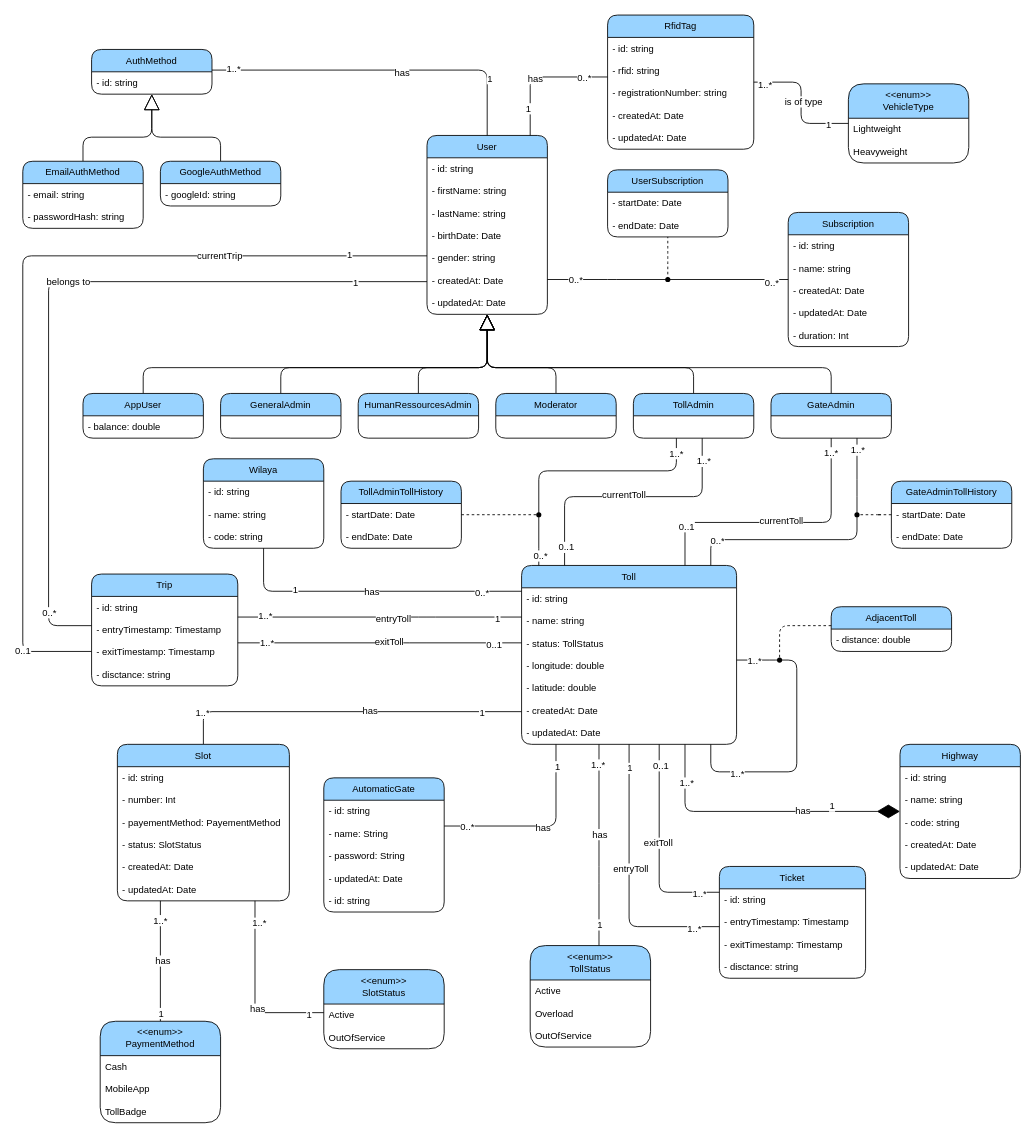
Earlier version of the draw.io diagram page "class diagram" (4 of 6) of diagrams/PeagePay.drawio (devlotfi/peage-pay). Source tidied: cells renumbered, new cells numbered last; positions are measured from the earlier drawing's top-left corner, leaving out a move shared by most shapes. Both pictures are drawn from the tidied source at 86%, with x=0, y=0 at pixel (22, 15).
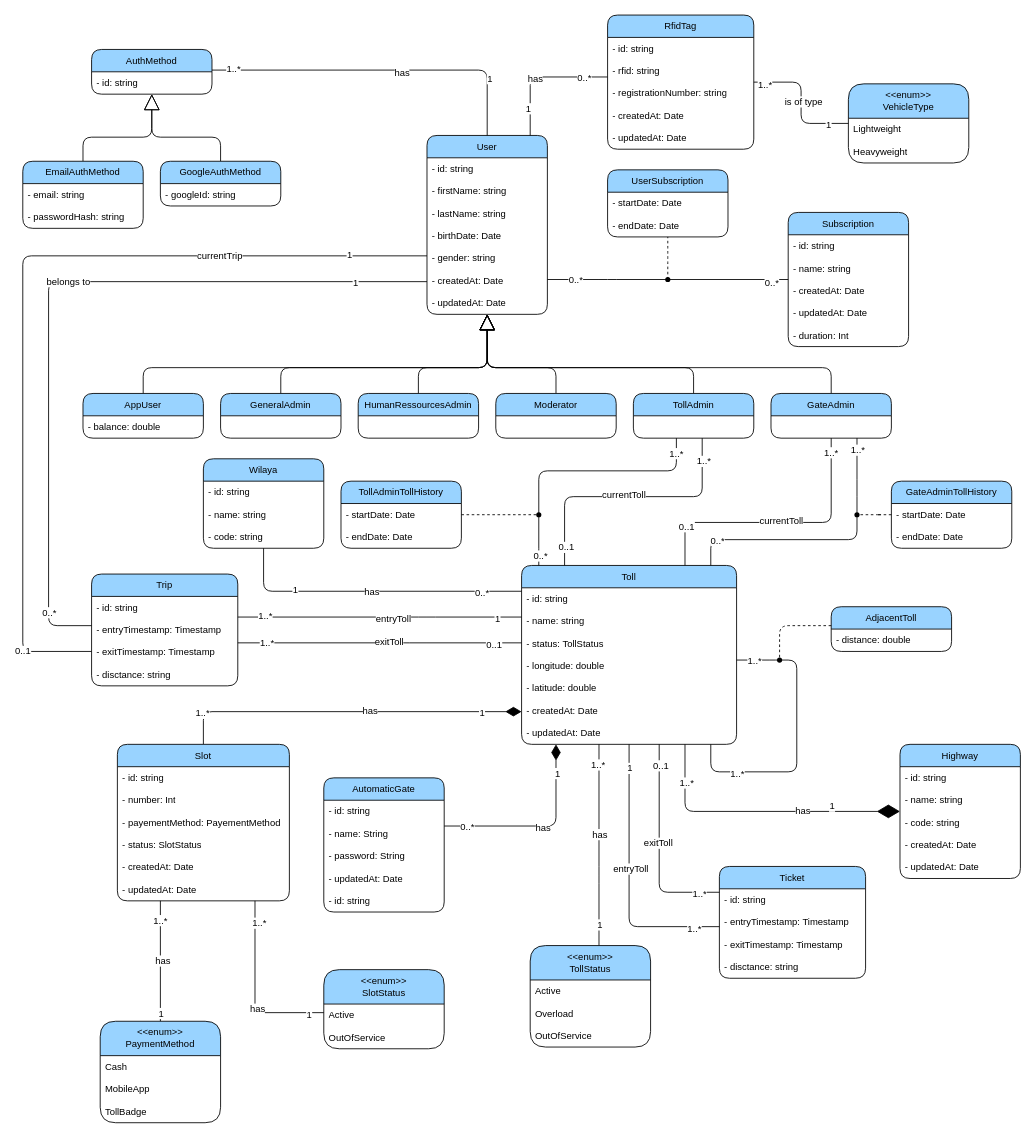
The same page after the edit.

The change refers to these unchanged cells:
```xml
<mxCell id="8" value="Toll" style="swimlane;fontStyle=0;horizontal=1;startSize=26;fillColor=#99D3FF;whiteSpace=wrap;html=1;fontFamily=Helvetica;fontSize=11;fontColor=default;fillStyle=auto;rounded=1;glass=0;shadow=0;swimlaneFillColor=none;gradientColor=none;" parent="1" vertex="1">
  <mxGeometry x="580" y="640" width="250" height="208" as="geometry" />
</mxCell>
<mxCell id="161" value="Slot" style="swimlane;fontStyle=0;horizontal=1;startSize=26;whiteSpace=wrap;html=1;fontFamily=Helvetica;fontSize=11;fillColor=#99D3FF;fillStyle=auto;rounded=1;glass=0;shadow=0;swimlaneFillColor=none;gradientColor=none;fontColor=default;" parent="1" vertex="1">
  <mxGeometry x="110" y="848" width="200" height="182" as="geometry" />
</mxCell>
<mxCell id="187" value="AutomaticGate" style="swimlane;fontStyle=0;horizontal=1;startSize=26;fillColor=#99D3FF;whiteSpace=wrap;html=1;fontFamily=Helvetica;fontSize=11;fontColor=default;fillStyle=auto;rounded=1;glass=0;shadow=0;swimlaneFillColor=none;gradientColor=none;" parent="1" vertex="1">
  <mxGeometry x="350" y="887" width="140" height="156" as="geometry" />
</mxCell>
```

Change to the diagram source:
```diff
@@
-    <mxCell id="157" style="edgeStyle=orthogonalEdgeStyle;shape=connector;curved=0;rounded=1;jettySize=auto;html=1;labelBackgroundColor=default;strokeColor=default;align=center;verticalAlign=middle;fontFamily=Helvetica;fontSize=11;fontColor=default;endArrow=none;endFill=0;endSize=16;" parent="1" edge="1" source="161" target="8">
+    <mxCell id="157" style="edgeStyle=orthogonalEdgeStyle;shape=connector;curved=0;rounded=1;jettySize=auto;html=1;labelBackgroundColor=default;strokeColor=default;align=center;verticalAlign=middle;fontFamily=Helvetica;fontSize=11;fontColor=default;endArrow=diamondThin;endFill=1;endSize=16;" parent="1" edge="1" source="161" target="8">
       <mxGeometry relative="1" as="geometry">
         <Array as="points">
           <mxPoint x="600" y="810" />
         </Array>
       </mxGeometry>
     </mxCell>
@@
-    <mxCell id="183" style="edgeStyle=orthogonalEdgeStyle;shape=connector;curved=0;rounded=1;jettySize=auto;html=1;labelBackgroundColor=default;strokeColor=default;align=center;verticalAlign=middle;fontFamily=Helvetica;fontSize=11;fontColor=default;endArrow=none;endFill=0;endSize=16;" parent="1" edge="1" source="187" target="8">
+    <mxCell id="183" style="edgeStyle=orthogonalEdgeStyle;shape=connector;curved=0;rounded=1;jettySize=auto;html=1;labelBackgroundColor=default;strokeColor=default;align=center;verticalAlign=middle;fontFamily=Helvetica;fontSize=11;fontColor=default;endArrow=diamondThin;endFill=1;endSize=16;" parent="1" edge="1" source="187" target="8">
       <mxGeometry relative="1" as="geometry">
         <Array as="points">
           <mxPoint x="620" y="943" />
         </Array>
       </mxGeometry>
     </mxCell>
@@
     <mxCell id="186" value="1" style="edgeLabel;html=1;align=center;verticalAlign=middle;fontSize=11;fontFamily=Helvetica;fontColor=default;" parent="183" vertex="1">
       <mxGeometry x="0.78" relative="1" as="geometry">
-        <mxPoint x="1" as="offset" />
+        <mxPoint x="1" y="8" as="offset" />
       </mxGeometry>
     </mxCell>
```
